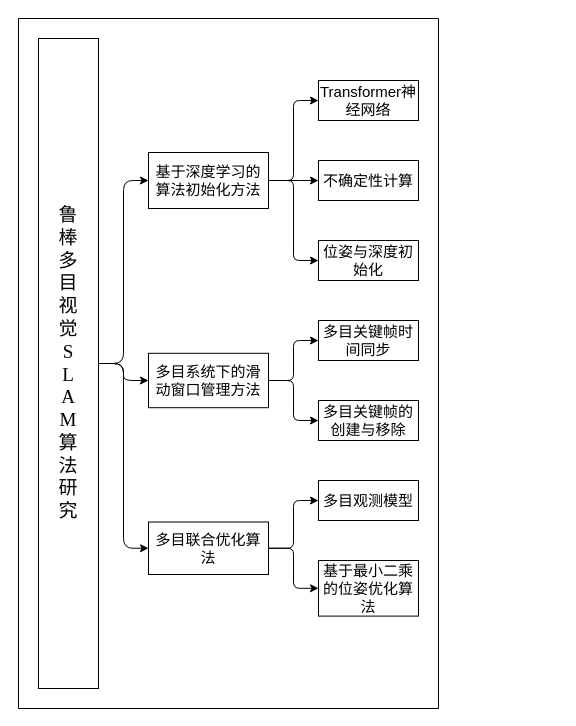
Above: page "第 1 页" (1 of 2) of 开题报告.drawio in 77Torpedo77/study (draw.io), before the change. Source tidied: cells renumbered, new cells numbered last; positions are measured from the earlier drawing's top-left corner, leaving out a move shared by most shapes. Both pictures are drawn from the tidied source at 100%, with x=0, y=0 at pixel (18, 18).
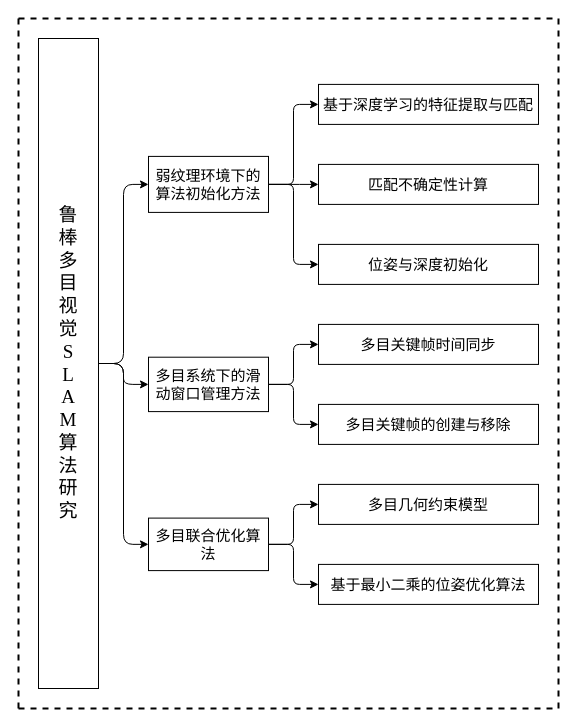
After the change.

Commit message:
更新开题报告.drawio

The edit, as a diff of the source:
```diff
@@
-    <mxCell id="2" style="swimlane;startSize=0;horizontal=0;horizontalTree=1;sortEdges=1;containerType=tree;fontSize=12;flipH=0;flipV=0;fontFamily=Times New Roman;align=center;" parent="1" vertex="1">
-      <mxGeometry width="420" height="690" as="geometry" />
+    <mxCell id="2" style="swimlane;startSize=0;horizontal=0;horizontalTree=1;sortEdges=1;containerType=tree;fontSize=12;flipH=0;flipV=0;fontFamily=Times New Roman;align=center;dashed=1;strokeWidth=2;" parent="1" vertex="1">
+      <mxGeometry width="540" height="690" as="geometry" />
     </mxCell>
@@
-    <mxCell id="4" value="基于深度学习的算法初始化方法" style="whiteSpace=wrap;html=1;fontSize=15;arcSize=12;" parent="2" vertex="1">
-      <mxGeometry x="130" y="134" width="120" height="56" as="geometry" />
+    <mxCell id="4" value="弱纹理环境下的算法初始化方法" style="whiteSpace=wrap;html=1;fontSize=15;arcSize=12;" parent="2" vertex="1">
+      <mxGeometry x="130" y="137.9" width="120" height="56" as="geometry" />
     </mxCell>
@@
     <mxCell id="6" value="多目系统下的滑动窗口管理方法" style="whiteSpace=wrap;html=1;fontSize=15;arcSize=12;" parent="2" vertex="1">
-      <mxGeometry x="130" y="334.8" width="120" height="54.4" as="geometry" />
+      <mxGeometry x="130" y="338.7" width="120" height="54.4" as="geometry" />
     </mxCell>
@@
     <mxCell id="9" value="多目联合优化算法" style="whiteSpace=wrap;html=1;fontSize=15;arcSize=12;" parent="2" vertex="1">
-      <mxGeometry x="130" y="503.5" width="120" height="52.5" as="geometry" />
+      <mxGeometry x="130" y="499.6" width="120" height="52.5" as="geometry" />
     </mxCell>
@@
-    <mxCell id="11" value="多目观测模型" style="whiteSpace=wrap;html=1;fontSize=15;arcSize=12;" parent="2" vertex="1">
-      <mxGeometry x="300" y="462" width="100" height="40" as="geometry" />
+    <mxCell id="11" value="多目几何约束模型" style="whiteSpace=wrap;html=1;fontSize=15;arcSize=12;" parent="2" vertex="1">
+      <mxGeometry x="300" y="465.9" width="220" height="40" as="geometry" />
     </mxCell>
@@
     <mxCell id="13" value="基于最小二乘的位姿优化算法" style="whiteSpace=wrap;html=1;fontSize=15;arcSize=12;" parent="2" vertex="1">
-      <mxGeometry x="300" y="542" width="100" height="55.6" as="geometry" />
+      <mxGeometry x="300" y="545.9" width="220" height="40" as="geometry" />
     </mxCell>
@@
-    <mxCell id="15" value="Transformer神经网络" style="whiteSpace=wrap;html=1;fontSize=15;arcSize=12;" parent="2" vertex="1">
-      <mxGeometry x="300" y="62" width="100" height="40" as="geometry" />
+    <mxCell id="15" value="基于深度学习的特征提取与匹配" style="whiteSpace=wrap;html=1;fontSize=15;arcSize=12;" parent="2" vertex="1">
+      <mxGeometry x="300" y="65.9" width="220" height="40" as="geometry" />
     </mxCell>
@@
-    <mxCell id="17" value="不确定性计算" style="whiteSpace=wrap;html=1;fontSize=15;arcSize=12;" parent="2" vertex="1">
-      <mxGeometry x="300" y="142" width="100" height="40" as="geometry" />
+    <mxCell id="17" value="匹配不确定性计算" style="whiteSpace=wrap;html=1;fontSize=15;arcSize=12;" parent="2" vertex="1">
+      <mxGeometry x="300" y="145.9" width="220" height="40" as="geometry" />
     </mxCell>
@@
     <mxCell id="19" value="位姿与深度初始化" style="whiteSpace=wrap;html=1;fontSize=15;arcSize=12;" parent="2" vertex="1">
-      <mxGeometry x="300" y="222" width="100" height="40" as="geometry" />
+      <mxGeometry x="300" y="225.9" width="220" height="40" as="geometry" />
     </mxCell>
@@
     <mxCell id="21" value="多目关键帧时间同步" style="whiteSpace=wrap;html=1;fontSize=15;arcSize=12;" parent="2" vertex="1">
-      <mxGeometry x="300" y="302" width="100" height="40" as="geometry" />
+      <mxGeometry x="300" y="305.9" width="220" height="40" as="geometry" />
     </mxCell>
@@
     <mxCell id="23" value="多目关键帧的创建与移除" style="whiteSpace=wrap;html=1;fontSize=15;arcSize=12;" parent="2" vertex="1">
-      <mxGeometry x="300" y="382" width="100" height="40" as="geometry" />
+      <mxGeometry x="300" y="385.9" width="220" height="40" as="geometry" />
     </mxCell>
```
